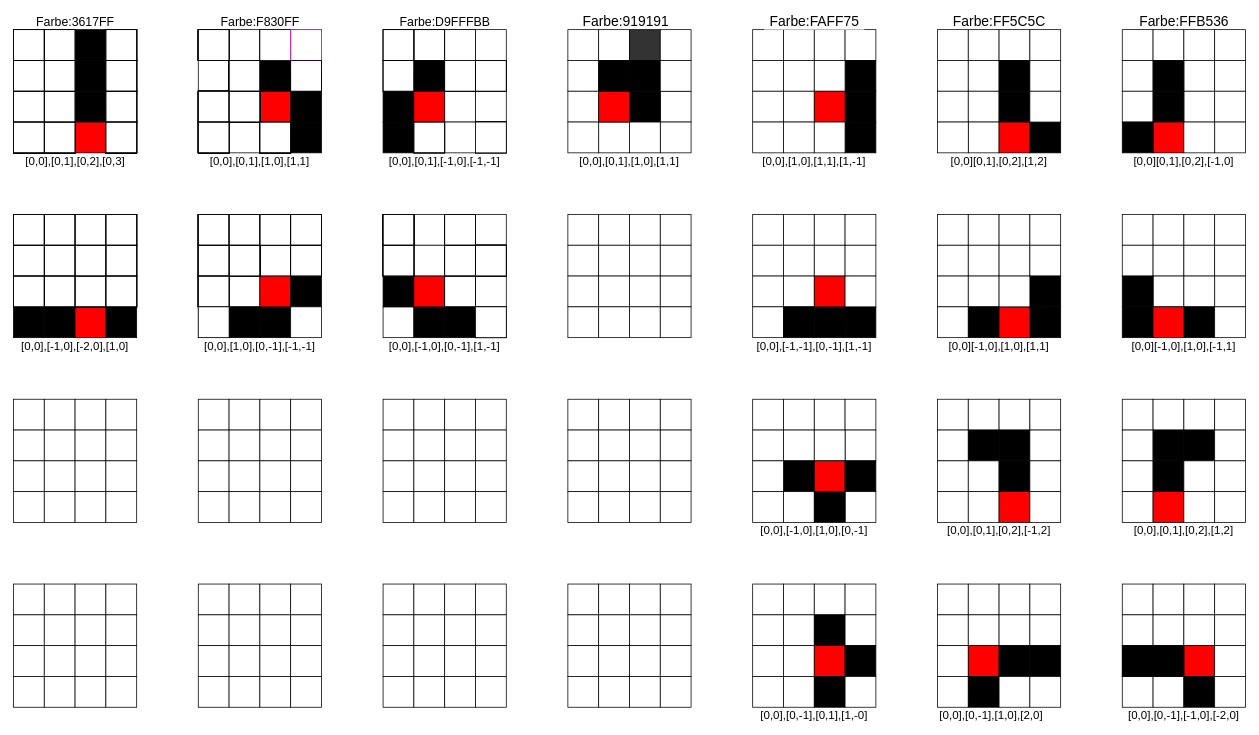
The draw.io diagram lib/documentation/shapes.drawio in AUSoft-Kassel/tetris, before the edit. Source tidied: cells renumbered, new cells numbered last; positions are measured from the earlier drawing's top-left corner, leaving out a move shared by most shapes. Both pictures are drawn from the tidied source at 77%, with x=0, y=0 at pixel (13, 14).
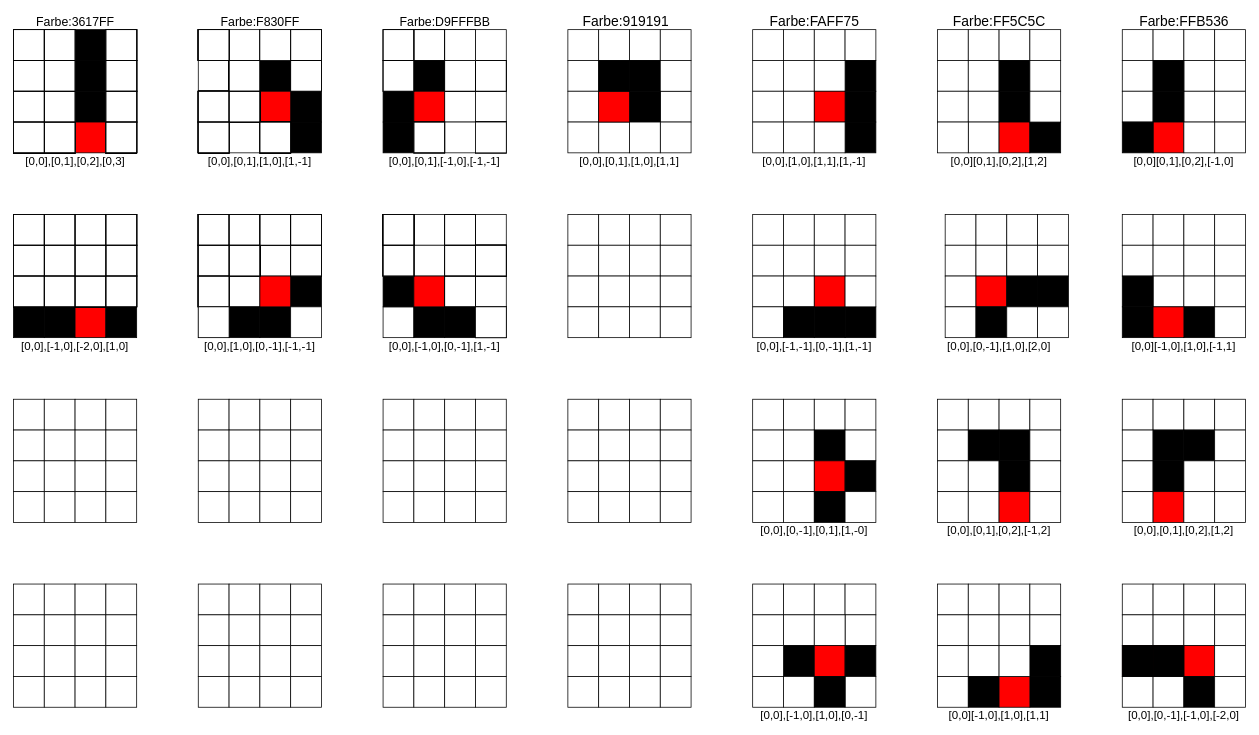
The same page after the edit.

Commit message:
BahamutTERRA/issue4 (#8)

* zwiscenstand

* shapes complete

The edit, as a diff of the source:
```diff
@@
-    <mxCell id="132" value="[0,0],[0,1],[1,0],[1,1]" style="text;html=1;strokeColor=none;fillColor=none;align=center;verticalAlign=middle;whiteSpace=wrap;rounded=0;fontSize=15;" parent="1" vertex="1">
+    <mxCell id="132" value="[0,0],[0,1],[1,0],[1,-1]" style="text;html=1;strokeColor=none;fillColor=none;align=center;verticalAlign=middle;whiteSpace=wrap;rounded=0;fontSize=15;" parent="1" vertex="1">
       <mxGeometry x="240" y="180" width="160" height="20" as="geometry" />
     </mxCell>
@@
-    <mxCell id="202" style="whiteSpace=wrap;html=1;fillColor=#333333;" parent="1" vertex="1">
+    <mxCell id="202" style="whiteSpace=wrap;html=1;fillColor=#FFFFFF;" parent="1" vertex="1">
       <mxGeometry x="800" y="20" width="40" height="40" as="geometry" />
     </mxCell>
@@
-    <mxCell id="297" style="whiteSpace=wrap;html=1;" parent="1" vertex="1">
-      <mxGeometry x="960" y="500" width="40" height="40" as="geometry" />
-    </mxCell>
-    <mxCell id="298" style="whiteSpace=wrap;html=1;" parent="1" vertex="1">
-      <mxGeometry x="1000" y="500" width="40" height="40" as="geometry" />
-    </mxCell>
-    <mxCell id="299" style="whiteSpace=wrap;html=1;" parent="1" vertex="1">
-      <mxGeometry x="1040" y="500" width="40" height="40" as="geometry" />
-    </mxCell>
-    <mxCell id="300" style="whiteSpace=wrap;html=1;" parent="1" vertex="1">
-      <mxGeometry x="1080" y="500" width="40" height="40" as="geometry" />
-    </mxCell>
-    <mxCell id="301" style="whiteSpace=wrap;html=1;" parent="1" vertex="1">
-      <mxGeometry x="960" y="540" width="40" height="40" as="geometry" />
-    </mxCell>
-    <mxCell id="302" style="whiteSpace=wrap;html=1;" parent="1" vertex="1">
-      <mxGeometry x="1000" y="540" width="40" height="40" as="geometry" />
-    </mxCell>
-    <mxCell id="303" style="whiteSpace=wrap;html=1;" parent="1" vertex="1">
-      <mxGeometry x="1080" y="540" width="40" height="40" as="geometry" />
-    </mxCell>
-    <mxCell id="304" style="whiteSpace=wrap;html=1;fillColor=#000000;" parent="1" vertex="1">
-      <mxGeometry x="1000" y="580" width="40" height="40" as="geometry" />
-    </mxCell>
-    <mxCell id="305" style="whiteSpace=wrap;html=1;" parent="1" vertex="1">
-      <mxGeometry x="960" y="580" width="40" height="40" as="geometry" />
-    </mxCell>
-    <mxCell id="306" style="whiteSpace=wrap;html=1;" parent="1" vertex="1">
-      <mxGeometry x="1040" y="540" width="40" height="40" as="geometry" />
-    </mxCell>
-    <mxCell id="307" style="whiteSpace=wrap;html=1;fillColor=#FF0000;" parent="1" vertex="1">
-      <mxGeometry x="1040" y="580" width="40" height="40" as="geometry" />
-    </mxCell>
-    <mxCell id="308" style="whiteSpace=wrap;html=1;fillColor=#000000;" parent="1" vertex="1">
-      <mxGeometry x="1080" y="580" width="40" height="40" as="geometry" />
-    </mxCell>
-    <mxCell id="309" style="whiteSpace=wrap;html=1;" parent="1" vertex="1">
-      <mxGeometry x="960" y="620" width="40" height="40" as="geometry" />
-    </mxCell>
-    <mxCell id="310" style="whiteSpace=wrap;html=1;" parent="1" vertex="1">
-      <mxGeometry x="1000" y="620" width="40" height="40" as="geometry" />
-    </mxCell>
-    <mxCell id="311" style="whiteSpace=wrap;html=1;" parent="1" vertex="1">
-      <mxGeometry x="1080" y="620" width="40" height="40" as="geometry" />
-    </mxCell>
-    <mxCell id="312" style="whiteSpace=wrap;html=1;fillColor=#000000;" parent="1" vertex="1">
-      <mxGeometry x="1040" y="620" width="40" height="40" as="geometry" />
-    </mxCell>
     <mxCell id="313" style="whiteSpace=wrap;html=1;" parent="1" vertex="1">
-      <mxGeometry x="960" y="740" width="40" height="40" as="geometry" />
+      <mxGeometry x="960" y="500" width="40" height="40" as="geometry" />
     </mxCell>
     <mxCell id="314" style="whiteSpace=wrap;html=1;" parent="1" vertex="1">
-      <mxGeometry x="1000" y="740" width="40" height="40" as="geometry" />
+      <mxGeometry x="1000" y="500" width="40" height="40" as="geometry" />
     </mxCell>
     <mxCell id="315" style="whiteSpace=wrap;html=1;" parent="1" vertex="1">
-      <mxGeometry x="1040" y="740" width="40" height="40" as="geometry" />
+      <mxGeometry x="1040" y="500" width="40" height="40" as="geometry" />
     </mxCell>
     <mxCell id="316" style="whiteSpace=wrap;html=1;" parent="1" vertex="1">
-      <mxGeometry x="1080" y="740" width="40" height="40" as="geometry" />
+      <mxGeometry x="1080" y="500" width="40" height="40" as="geometry" />
     </mxCell>
     <mxCell id="317" style="whiteSpace=wrap;html=1;" parent="1" vertex="1">
-      <mxGeometry x="960" y="780" width="40" height="40" as="geometry" />
+      <mxGeometry x="960" y="540" width="40" height="40" as="geometry" />
     </mxCell>
     <mxCell id="318" style="whiteSpace=wrap;html=1;" parent="1" vertex="1">
-      <mxGeometry x="1000" y="780" width="40" height="40" as="geometry" />
+      <mxGeometry x="1000" y="540" width="40" height="40" as="geometry" />
     </mxCell>
     <mxCell id="319" style="whiteSpace=wrap;html=1;fillColor=#000000;" parent="1" vertex="1">
-      <mxGeometry x="1040" y="780" width="40" height="40" as="geometry" />
+      <mxGeometry x="1040" y="540" width="40" height="40" as="geometry" />
     </mxCell>
     <mxCell id="320" style="whiteSpace=wrap;html=1;" parent="1" vertex="1">
-      <mxGeometry x="1080" y="780" width="40" height="40" as="geometry" />
+      <mxGeometry x="1080" y="540" width="40" height="40" as="geometry" />
     </mxCell>
     <mxCell id="321" style="whiteSpace=wrap;html=1;" parent="1" vertex="1">
-      <mxGeometry x="960" y="820" width="40" height="40" as="geometry" />
+      <mxGeometry x="960" y="580" width="40" height="40" as="geometry" />
     </mxCell>
     <mxCell id="322" style="whiteSpace=wrap;html=1;" parent="1" vertex="1">
-      <mxGeometry x="1000" y="820" width="40" height="40" as="geometry" />
+      <mxGeometry x="1000" y="580" width="40" height="40" as="geometry" />
     </mxCell>
     <mxCell id="323" style="whiteSpace=wrap;html=1;fillColor=#FF0000;" parent="1" vertex="1">
-      <mxGeometry x="1040" y="820" width="40" height="40" as="geometry" />
+      <mxGeometry x="1040" y="580" width="40" height="40" as="geometry" />
     </mxCell>
     <mxCell id="324" style="whiteSpace=wrap;html=1;fillColor=#000000;" parent="1" vertex="1">
-      <mxGeometry x="1080" y="820" width="40" height="40" as="geometry" />
+      <mxGeometry x="1080" y="580" width="40" height="40" as="geometry" />
     </mxCell>
     <mxCell id="325" style="whiteSpace=wrap;html=1;" parent="1" vertex="1">
-      <mxGeometry x="960" y="860" width="40" height="40" as="geometry" />
+      <mxGeometry x="960" y="620" width="40" height="40" as="geometry" />
     </mxCell>
     <mxCell id="326" style="whiteSpace=wrap;html=1;" parent="1" vertex="1">
-      <mxGeometry x="1000" y="860" width="40" height="40" as="geometry" />
+      <mxGeometry x="1000" y="620" width="40" height="40" as="geometry" />
     </mxCell>
     <mxCell id="327" style="whiteSpace=wrap;html=1;fillColor=#000000;" parent="1" vertex="1">
-      <mxGeometry x="1040" y="860" width="40" height="40" as="geometry" />
+      <mxGeometry x="1040" y="620" width="40" height="40" as="geometry" />
     </mxCell>
     <mxCell id="328" style="whiteSpace=wrap;html=1;" parent="1" vertex="1">
-      <mxGeometry x="1080" y="860" width="40" height="40" as="geometry" />
+      <mxGeometry x="1080" y="620" width="40" height="40" as="geometry" />
     </mxCell>
@@
-    <mxCell id="347" style="whiteSpace=wrap;html=1;" parent="1" vertex="1">
-      <mxGeometry x="1200" y="260" width="40" height="40" as="geometry" />
-    </mxCell>
-    <mxCell id="348" style="whiteSpace=wrap;html=1;" parent="1" vertex="1">
-      <mxGeometry x="1240" y="260" width="40" height="40" as="geometry" />
-    </mxCell>
-    <mxCell id="349" style="whiteSpace=wrap;html=1;" parent="1" vertex="1">
-      <mxGeometry x="1280" y="260" width="40" height="40" as="geometry" />
-    </mxCell>
-    <mxCell id="350" style="whiteSpace=wrap;html=1;" parent="1" vertex="1">
-      <mxGeometry x="1320" y="260" width="40" height="40" as="geometry" />
-    </mxCell>
-    <mxCell id="351" style="whiteSpace=wrap;html=1;" parent="1" vertex="1">
-      <mxGeometry x="1200" y="300" width="40" height="40" as="geometry" />
-    </mxCell>
-    <mxCell id="352" style="whiteSpace=wrap;html=1;" parent="1" vertex="1">
-      <mxGeometry x="1240" y="300" width="40" height="40" as="geometry" />
-    </mxCell>
-    <mxCell id="353" style="whiteSpace=wrap;html=1;" parent="1" vertex="1">
-      <mxGeometry x="1280" y="300" width="40" height="40" as="geometry" />
-    </mxCell>
-    <mxCell id="354" style="whiteSpace=wrap;html=1;" parent="1" vertex="1">
-      <mxGeometry x="1320" y="300" width="40" height="40" as="geometry" />
-    </mxCell>
-    <mxCell id="355" style="whiteSpace=wrap;html=1;" parent="1" vertex="1">
-      <mxGeometry x="1200" y="340" width="40" height="40" as="geometry" />
-    </mxCell>
-    <mxCell id="356" style="whiteSpace=wrap;html=1;" parent="1" vertex="1">
-      <mxGeometry x="1240" y="340" width="40" height="40" as="geometry" />
-    </mxCell>
-    <mxCell id="357" style="whiteSpace=wrap;html=1;fillColor=#000000;" parent="1" vertex="1">
-      <mxGeometry x="1320" y="380" width="40" height="40" as="geometry" />
-    </mxCell>
-    <mxCell id="358" style="whiteSpace=wrap;html=1;fillColor=#000000;" parent="1" vertex="1">
-      <mxGeometry x="1320" y="340" width="40" height="40" as="geometry" />
-    </mxCell>
-    <mxCell id="359" style="whiteSpace=wrap;html=1;" parent="1" vertex="1">
-      <mxGeometry x="1200" y="380" width="40" height="40" as="geometry" />
-    </mxCell>
-    <mxCell id="360" style="whiteSpace=wrap;html=1;fillColor=#000000;" parent="1" vertex="1">
-      <mxGeometry x="1240" y="380" width="40" height="40" as="geometry" />
-    </mxCell>
-    <mxCell id="361" style="whiteSpace=wrap;html=1;fillColor=#FF0000;" parent="1" vertex="1">
-      <mxGeometry x="1280" y="380" width="40" height="40" as="geometry" />
-    </mxCell>
-    <mxCell id="362" style="whiteSpace=wrap;html=1;" parent="1" vertex="1">
-      <mxGeometry x="1280" y="340" width="40" height="40" as="geometry" />
-    </mxCell>
@@
     <mxCell id="379" style="whiteSpace=wrap;html=1;" parent="1" vertex="1">
-      <mxGeometry x="1200" y="740" width="40" height="40" as="geometry" />
+      <mxGeometry x="1210" y="260" width="40" height="40" as="geometry" />
     </mxCell>
     <mxCell id="380" style="whiteSpace=wrap;html=1;" parent="1" vertex="1">
-      <mxGeometry x="1240" y="740" width="40" height="40" as="geometry" />
+      <mxGeometry x="1250" y="260" width="40" height="40" as="geometry" />
     </mxCell>
     <mxCell id="381" style="whiteSpace=wrap;html=1;" parent="1" vertex="1">
-      <mxGeometry x="1280" y="740" width="40" height="40" as="geometry" />
+      <mxGeometry x="1290" y="260" width="40" height="40" as="geometry" />
     </mxCell>
     <mxCell id="382" style="whiteSpace=wrap;html=1;" parent="1" vertex="1">
-      <mxGeometry x="1320" y="740" width="40" height="40" as="geometry" />
+      <mxGeometry x="1330" y="260" width="40" height="40" as="geometry" />
     </mxCell>
     <mxCell id="383" style="whiteSpace=wrap;html=1;" parent="1" vertex="1">
-      <mxGeometry x="1200" y="780" width="40" height="40" as="geometry" />
+      <mxGeometry x="1210" y="300" width="40" height="40" as="geometry" />
     </mxCell>
     <mxCell id="384" style="whiteSpace=wrap;html=1;" parent="1" vertex="1">
-      <mxGeometry x="1240" y="780" width="40" height="40" as="geometry" />
+      <mxGeometry x="1250" y="300" width="40" height="40" as="geometry" />
     </mxCell>
     <mxCell id="385" style="whiteSpace=wrap;html=1;" parent="1" vertex="1">
-      <mxGeometry x="1280" y="780" width="40" height="40" as="geometry" />
+      <mxGeometry x="1290" y="300" width="40" height="40" as="geometry" />
     </mxCell>
     <mxCell id="386" style="whiteSpace=wrap;html=1;" parent="1" vertex="1">
-      <mxGeometry x="1320" y="780" width="40" height="40" as="geometry" />
+      <mxGeometry x="1330" y="300" width="40" height="40" as="geometry" />
     </mxCell>
     <mxCell id="387" style="whiteSpace=wrap;html=1;" parent="1" vertex="1">
-      <mxGeometry x="1200" y="820" width="40" height="40" as="geometry" />
+      <mxGeometry x="1210" y="340" width="40" height="40" as="geometry" />
     </mxCell>
     <mxCell id="388" style="whiteSpace=wrap;html=1;fillColor=#FF0000;" parent="1" vertex="1">
-      <mxGeometry x="1240" y="820" width="40" height="40" as="geometry" />
+      <mxGeometry x="1250" y="340" width="40" height="40" as="geometry" />
     </mxCell>
     <mxCell id="389" style="whiteSpace=wrap;html=1;fillColor=#000000;" parent="1" vertex="1">
-      <mxGeometry x="1280" y="820" width="40" height="40" as="geometry" />
+      <mxGeometry x="1290" y="340" width="40" height="40" as="geometry" />
     </mxCell>
     <mxCell id="390" style="whiteSpace=wrap;html=1;fillColor=#000000;" parent="1" vertex="1">
-      <mxGeometry x="1320" y="820" width="40" height="40" as="geometry" />
+      <mxGeometry x="1330" y="340" width="40" height="40" as="geometry" />
     </mxCell>
     <mxCell id="391" style="whiteSpace=wrap;html=1;" parent="1" vertex="1">
-      <mxGeometry x="1200" y="860" width="40" height="40" as="geometry" />
+      <mxGeometry x="1210" y="380" width="40" height="40" as="geometry" />
     </mxCell>
     <mxCell id="392" style="whiteSpace=wrap;html=1;fillColor=#000000;" parent="1" vertex="1">
-      <mxGeometry x="1240" y="860" width="40" height="40" as="geometry" />
+      <mxGeometry x="1250" y="380" width="40" height="40" as="geometry" />
     </mxCell>
     <mxCell id="393" style="whiteSpace=wrap;html=1;" parent="1" vertex="1">
-      <mxGeometry x="1280" y="860" width="40" height="40" as="geometry" />
+      <mxGeometry x="1290" y="380" width="40" height="40" as="geometry" />
     </mxCell>
     <mxCell id="394" style="whiteSpace=wrap;html=1;" parent="1" vertex="1">
-      <mxGeometry x="1320" y="860" width="40" height="40" as="geometry" />
+      <mxGeometry x="1330" y="380" width="40" height="40" as="geometry" />
     </mxCell>
@@
-    <mxCell id="396" value="[0,0][-1,0],[1,0],[1,1]" style="text;html=1;strokeColor=none;fillColor=none;align=center;verticalAlign=middle;whiteSpace=wrap;rounded=0;fontSize=15;" parent="1" vertex="1">
-      <mxGeometry x="1200" y="420" width="160" height="20" as="geometry" />
-    </mxCell>
@@
-    <mxCell id="1089" style="whiteSpace=wrap;html=1;fillColor=none;strokeColor=#F830FF;" parent="1" vertex="1">
+    <mxCell id="1089" style="whiteSpace=wrap;html=1;fillColor=none;" parent="1" vertex="1">
       <mxGeometry x="360" y="20" width="40" height="40" as="geometry" />
     </mxCell>
@@
-    <mxCell id="1133" value="[0,0],[-1,0],[1,0],[0,-1]" style="text;html=1;strokeColor=none;fillColor=none;align=center;verticalAlign=middle;whiteSpace=wrap;rounded=0;fontSize=15;" parent="1" vertex="1">
-      <mxGeometry x="960" y="660" width="160" height="20" as="geometry" />
-    </mxCell>
@@
     <mxCell id="1136" value="[0,0],[0,-1],[0,1],[1,-0]" style="text;html=1;strokeColor=none;fillColor=none;align=center;verticalAlign=middle;whiteSpace=wrap;rounded=0;fontSize=15;" parent="1" vertex="1">
-      <mxGeometry x="960" y="900" width="160" height="20" as="geometry" />
+      <mxGeometry x="960" y="660" width="160" height="20" as="geometry" />
     </mxCell>
     <mxCell id="1137" value="[0,0],[0,-1],[1,0],[2,0]" style="text;html=1;strokeColor=none;fillColor=none;align=center;verticalAlign=middle;whiteSpace=wrap;rounded=0;fontSize=15;" parent="1" vertex="1">
-      <mxGeometry x="1190" y="900" width="160" height="20" as="geometry" />
+      <mxGeometry x="1200" y="420" width="160" height="20" as="geometry" />
     </mxCell>
@@
-    <mxCell id="1139" value="&lt;font size=&quot;3&quot;&gt;Farbe:3617FF&lt;/font&gt;" style="text;html=1;strokeColor=none;fillColor=none;align=center;verticalAlign=middle;whiteSpace=wrap;rounded=0;" parent="1" vertex="1">
-      <mxGeometry x="65.2" width="30.5" height="20" as="geometry" />
+    <mxCell id="1139" value="&lt;font size=&quot;3&quot;&gt;Farbe:3617FF&lt;/font&gt;" style="text;html=1;strokeColor=none;align=center;verticalAlign=middle;whiteSpace=wrap;rounded=0;" parent="1" vertex="1">
+      <mxGeometry x="64.8" y="5" width="30.5" height="10" as="geometry" />
     </mxCell>
@@
-    <mxCell id="1142" value="&lt;font style=&quot;font-size: 18px&quot;&gt;Farbe:FAFF75&lt;/font&gt;" style="text;html=1;align=center;verticalAlign=middle;fillColor=#ffffff;" parent="1" vertex="1">
+    <mxCell id="1142" value="&lt;font style=&quot;font-size: 18px&quot;&gt;Farbe:FAFF75&lt;/font&gt;" style="text;html=1;align=center;verticalAlign=middle;" parent="1" vertex="1">
       <mxGeometry x="975" width="130" height="20" as="geometry" />
     </mxCell>
@@
+    <mxCell id="1146" style="whiteSpace=wrap;html=1;" parent="1" vertex="1">
+      <mxGeometry x="960" y="740" width="40" height="40" as="geometry" />
+    </mxCell>
+    <mxCell id="1147" style="whiteSpace=wrap;html=1;" parent="1" vertex="1">
+      <mxGeometry x="1000" y="740" width="40" height="40" as="geometry" />
+    </mxCell>
+    <mxCell id="1148" style="whiteSpace=wrap;html=1;" parent="1" vertex="1">
+      <mxGeometry x="1040" y="740" width="40" height="40" as="geometry" />
+    </mxCell>
+    <mxCell id="1149" style="whiteSpace=wrap;html=1;" parent="1" vertex="1">
+      <mxGeometry x="1080" y="740" width="40" height="40" as="geometry" />
+    </mxCell>
+    <mxCell id="1150" style="whiteSpace=wrap;html=1;" parent="1" vertex="1">
+      <mxGeometry x="960" y="780" width="40" height="40" as="geometry" />
+    </mxCell>
+    <mxCell id="1151" style="whiteSpace=wrap;html=1;" parent="1" vertex="1">
+      <mxGeometry x="1000" y="780" width="40" height="40" as="geometry" />
+    </mxCell>
+    <mxCell id="1152" style="whiteSpace=wrap;html=1;" parent="1" vertex="1">
+      <mxGeometry x="1080" y="780" width="40" height="40" as="geometry" />
+    </mxCell>
+    <mxCell id="1153" style="whiteSpace=wrap;html=1;fillColor=#000000;" parent="1" vertex="1">
+      <mxGeometry x="1000" y="820" width="40" height="40" as="geometry" />
+    </mxCell>
+    <mxCell id="1154" style="whiteSpace=wrap;html=1;" parent="1" vertex="1">
+      <mxGeometry x="960" y="820" width="40" height="40" as="geometry" />
+    </mxCell>
+    <mxCell id="1155" style="whiteSpace=wrap;html=1;" parent="1" vertex="1">
+      <mxGeometry x="1040" y="780" width="40" height="40" as="geometry" />
+    </mxCell>
+    <mxCell id="1156" style="whiteSpace=wrap;html=1;fillColor=#FF0000;" parent="1" vertex="1">
+      <mxGeometry x="1040" y="820" width="40" height="40" as="geometry" />
+    </mxCell>
+    <mxCell id="1157" style="whiteSpace=wrap;html=1;fillColor=#000000;" parent="1" vertex="1">
+      <mxGeometry x="1080" y="820" width="40" height="40" as="geometry" />
+    </mxCell>
+    <mxCell id="1158" style="whiteSpace=wrap;html=1;" parent="1" vertex="1">
+      <mxGeometry x="960" y="860" width="40" height="40" as="geometry" />
+    </mxCell>
+    <mxCell id="1159" style="whiteSpace=wrap;html=1;" parent="1" vertex="1">
+      <mxGeometry x="1000" y="860" width="40" height="40" as="geometry" />
+    </mxCell>
+    <mxCell id="1160" style="whiteSpace=wrap;html=1;" parent="1" vertex="1">
+      <mxGeometry x="1080" y="860" width="40" height="40" as="geometry" />
+    </mxCell>
+    <mxCell id="1161" style="whiteSpace=wrap;html=1;fillColor=#000000;" parent="1" vertex="1">
+      <mxGeometry x="1040" y="860" width="40" height="40" as="geometry" />
+    </mxCell>
+    <mxCell id="1133" value="[0,0],[-1,0],[1,0],[0,-1]" style="text;html=1;strokeColor=none;fillColor=none;align=center;verticalAlign=middle;whiteSpace=wrap;rounded=0;fontSize=15;" parent="1" vertex="1">
+      <mxGeometry x="960" y="900" width="160" height="20" as="geometry" />
+    </mxCell>
+    <mxCell id="1162" style="whiteSpace=wrap;html=1;" parent="1" vertex="1">
+      <mxGeometry x="1200" y="740" width="40" height="40" as="geometry" />
+    </mxCell>
+    <mxCell id="1163" style="whiteSpace=wrap;html=1;" parent="1" vertex="1">
+      <mxGeometry x="1240" y="740" width="40" height="40" as="geometry" />
+    </mxCell>
+    <mxCell id="1164" style="whiteSpace=wrap;html=1;" parent="1" vertex="1">
+      <mxGeometry x="1280" y="740" width="40" height="40" as="geometry" />
+    </mxCell>
+    <mxCell id="1165" style="whiteSpace=wrap;html=1;" parent="1" vertex="1">
+      <mxGeometry x="1320" y="740" width="40" height="40" as="geometry" />
+    </mxCell>
+    <mxCell id="1166" style="whiteSpace=wrap;html=1;" parent="1" vertex="1">
+      <mxGeometry x="1200" y="780" width="40" height="40" as="geometry" />
+    </mxCell>
+    <mxCell id="1167" style="whiteSpace=wrap;html=1;" parent="1" vertex="1">
+      <mxGeometry x="1240" y="780" width="40" height="40" as="geometry" />
+    </mxCell>
+    <mxCell id="1168" style="whiteSpace=wrap;html=1;" parent="1" vertex="1">
+      <mxGeometry x="1280" y="780" width="40" height="40" as="geometry" />
+    </mxCell>
+    <mxCell id="1169" style="whiteSpace=wrap;html=1;" parent="1" vertex="1">
+      <mxGeometry x="1320" y="780" width="40" height="40" as="geometry" />
+    </mxCell>
+    <mxCell id="1170" style="whiteSpace=wrap;html=1;" parent="1" vertex="1">
+      <mxGeometry x="1200" y="820" width="40" height="40" as="geometry" />
+    </mxCell>
+    <mxCell id="1171" style="whiteSpace=wrap;html=1;" parent="1" vertex="1">
+      <mxGeometry x="1240" y="820" width="40" height="40" as="geometry" />
+    </mxCell>
+    <mxCell id="1172" style="whiteSpace=wrap;html=1;fillColor=#000000;" parent="1" vertex="1">
+      <mxGeometry x="1320" y="860" width="40" height="40" as="geometry" />
+    </mxCell>
+    <mxCell id="1173" style="whiteSpace=wrap;html=1;fillColor=#000000;" parent="1" vertex="1">
+      <mxGeometry x="1320" y="820" width="40" height="40" as="geometry" />
+    </mxCell>
+    <mxCell id="1174" style="whiteSpace=wrap;html=1;" parent="1" vertex="1">
+      <mxGeometry x="1200" y="860" width="40" height="40" as="geometry" />
+    </mxCell>
+    <mxCell id="1175" style="whiteSpace=wrap;html=1;fillColor=#000000;" parent="1" vertex="1">
+      <mxGeometry x="1240" y="860" width="40" height="40" as="geometry" />
+    </mxCell>
+    <mxCell id="1176" style="whiteSpace=wrap;html=1;fillColor=#FF0000;" parent="1" vertex="1">
+      <mxGeometry x="1280" y="860" width="40" height="40" as="geometry" />
+    </mxCell>
+    <mxCell id="1177" style="whiteSpace=wrap;html=1;" parent="1" vertex="1">
+      <mxGeometry x="1280" y="820" width="40" height="40" as="geometry" />
+    </mxCell>
+    <mxCell id="396" value="[0,0][-1,0],[1,0],[1,1]" style="text;html=1;strokeColor=none;fillColor=none;align=center;verticalAlign=middle;whiteSpace=wrap;rounded=0;fontSize=15;" parent="1" vertex="1">
+      <mxGeometry x="1200" y="900" width="160" height="20" as="geometry" />
+    </mxCell>
```
